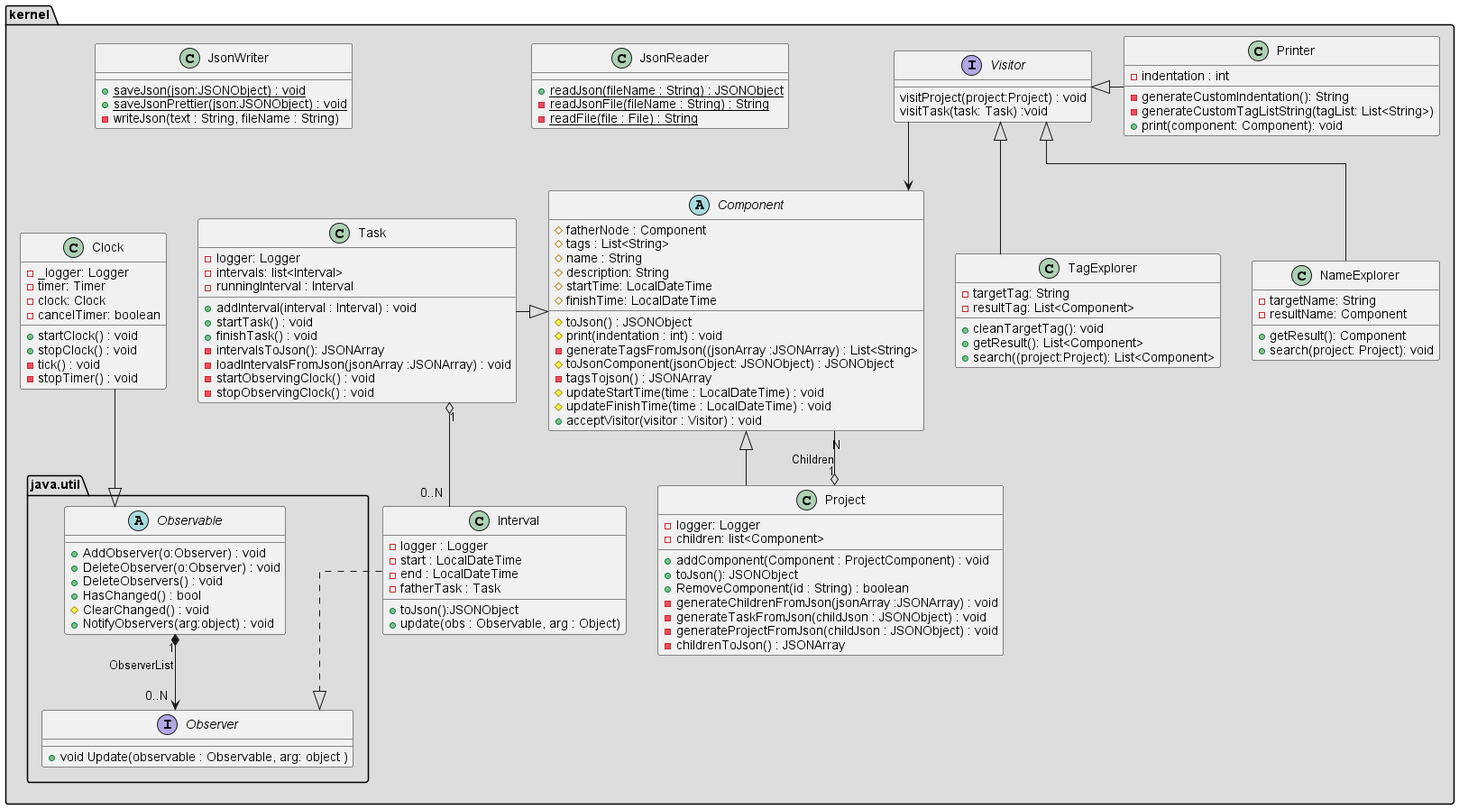
Above: UML/ClassDiagram.png in 1533545/DS (PlantUML), before the change.
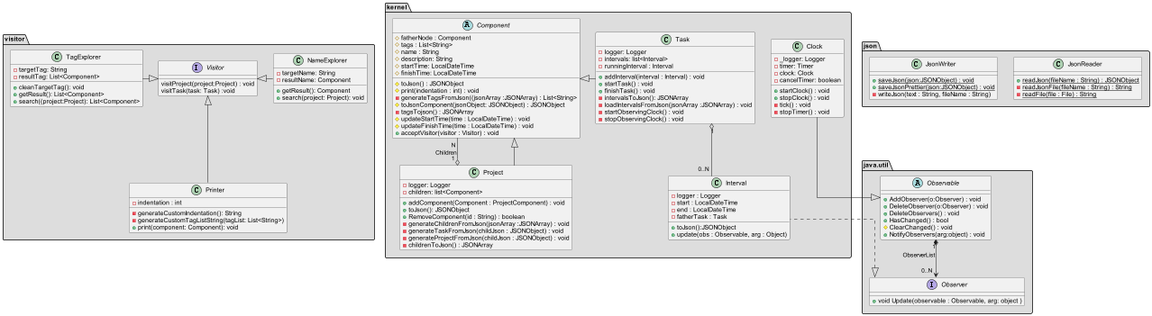
Later version of the same file.

Commit message:
change uml package

Change to the diagram source:
```diff
@@ -66,18 +66,25 @@
   -stopTimer() : void
   }
 
-  class JsonReader {
-    + {static} readJson(fileName : String) : JSONObject
-    - {static} readJsonFile(fileName : String) : String
-    - {static} readFile(file : File) : String
+}
+
+package "java.util" #DDDDDD{
+  abstract Observable {
+    +AddObserver(o:Observer) : void
+    +DeleteObserver(o:Observer) : void
+    +DeleteObservers() : void
+    +HasChanged() : bool
+    #ClearChanged() : void
+    +NotifyObservers(arg:object) : void
   }
+  interface Observer
+  {
+       +void Update(observable : Observable, arg: object )
+  }
+  Observable "0..N" *--> "1" Observer:ObserverList
+}
 
-  class JsonWriter {
-    + {static} saveJson(json:JSONObject) : void
-    + {static} saveJsonPrettier(json:JSONObject) : void
-    - writeJson(text : String, fileName : String)
-  }
-
+package "visitor" #DDDDDD {
   interface Visitor{
     visitProject(project:Project) : void
     visitTask(task: Task) :void
@@ -104,35 +111,30 @@
     +getResult(): Component
     +search(project: Project): void
   }
+}
 
-  package "java.util"
-  {
-      abstract Observable {
-        +AddObserver(o:Observer) : void
-        +DeleteObserver(o:Observer) : void
-        +DeleteObservers() : void
-        +HasChanged() : bool
-        #ClearChanged() : void
-        +NotifyObservers(arg:object) : void
-      }
-      interface Observer
-      {
-           +void Update(observable : Observable, arg: object )
-      }
-      Observable "0..N" *--> "1" Observer:ObserverList
+package json #DDDDDD {
+  class JsonReader {
+    + {static} readJson(fileName : String) : JSONObject
+    - {static} readJsonFile(fileName : String) : String
+    - {static} readFile(file : File) : String
   }
 
+  class JsonWriter {
+    + {static} saveJson(json:JSONObject) : void
+    + {static} saveJsonPrettier(json:JSONObject) : void
+    - writeJson(text : String, fileName : String)
+  }
 }
 
-  NameExplorer -up-|> Visitor
-  Printer -left-|> Visitor
-  TagExplorer -up-|> Visitor
-  Task -right-|> Component
-  Visitor -down-> Component
-  Component <|-- Project
+  NameExplorer -left-|> Visitor
+  Printer -up-|> Visitor
+  TagExplorer -right-|> Visitor
+  Component <|-down- Project
+  Component <|-right- Task
   Component "N" --o "1" Project : Children
   Task "1" o-- "0..N" Interval
-  Interval ..|> Observer
-  Clock --|> Observable
+  Interval .left.|> Observer
+  Clock -down-|> Observable
 
 @enduml
```
